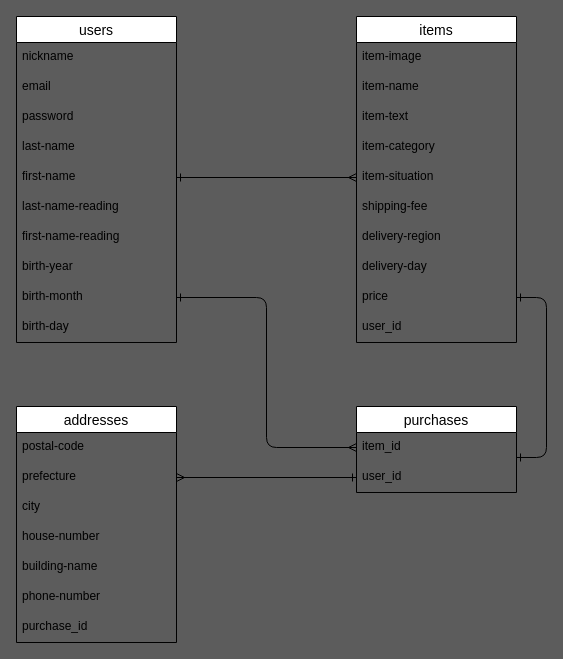
This is furima.dio from kenshin-2020/furima-41493, a draw.io file, before an edit. Source tidied: cells renumbered, new cells numbered last; positions are measured from the earlier drawing's top-left corner, leaving out a move shared by most shapes. Both pictures are drawn from the tidied source at 100%, with x=0, y=0 at pixel (16, 16).
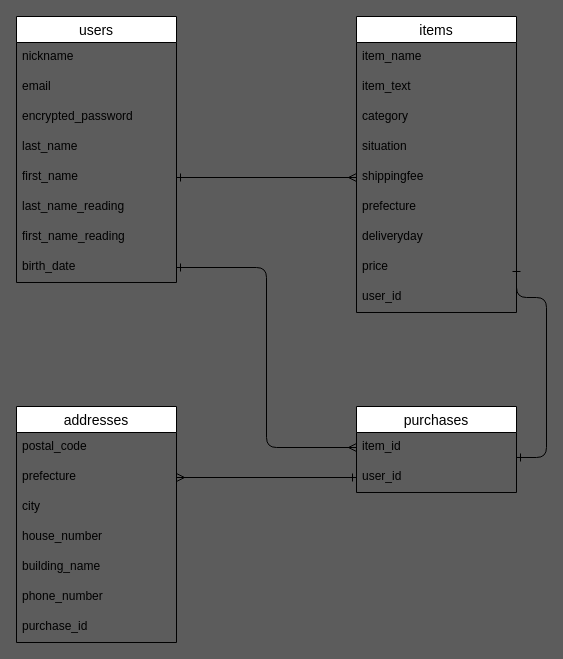
The same diagram, later.

Commit message (it also covers changes not shown here):
ER図、REDEMEの設計（修正ver)

Unchanged cells that the change refers to:
```xml
<mxCell id="26" value="item_id" style="text;strokeColor=none;fillColor=none;spacingLeft=4;spacingRight=4;overflow=hidden;points=[[0,0.5],[1,0.5]];portConstraint=eastwest;fontSize=12;" parent="25" vertex="1">
  <mxGeometry y="26" width="160" height="30" as="geometry" />
</mxCell>
<mxCell id="30" value="addresses" style="swimlane;fontStyle=0;horizontal=1;startSize=26;align=center;fontSize=14;" parent="1" vertex="1">
  <mxGeometry y="390" width="160" height="236" as="geometry" />
</mxCell>
```

What changed in the source:
```diff
@@
     <mxCell id="2" value="users" style="swimlane;fontStyle=0;horizontal=1;startSize=26;align=center;fontSize=14;" parent="1" vertex="1">
-      <mxGeometry width="160" height="326" as="geometry" />
+      <mxGeometry width="160" height="266" as="geometry" />
     </mxCell>
@@
-    <mxCell id="5" value="password" style="text;strokeColor=none;fillColor=none;spacingLeft=4;spacingRight=4;overflow=hidden;fontSize=12;" parent="2" vertex="1">
+    <mxCell id="5" value="encrypted_password" style="text;strokeColor=none;fillColor=none;spacingLeft=4;spacingRight=4;overflow=hidden;fontSize=12;" parent="2" vertex="1">
       <mxGeometry y="86" width="160" height="30" as="geometry" />
     </mxCell>
-    <mxCell id="6" value="last-name" style="text;strokeColor=none;fillColor=none;spacingLeft=4;spacingRight=4;overflow=hidden;fontSize=12;" parent="2" vertex="1">
+    <mxCell id="6" value="last_name" style="text;strokeColor=none;fillColor=none;spacingLeft=4;spacingRight=4;overflow=hidden;fontSize=12;" parent="2" vertex="1">
       <mxGeometry y="116" width="160" height="30" as="geometry" />
     </mxCell>
-    <mxCell id="7" value="first-name" style="text;strokeColor=none;fillColor=none;spacingLeft=4;spacingRight=4;overflow=hidden;points=[[0,0.5],[1,0.5]];portConstraint=eastwest;fontSize=12;" parent="2" vertex="1">
+    <mxCell id="7" value="first_name" style="text;strokeColor=none;fillColor=none;spacingLeft=4;spacingRight=4;overflow=hidden;points=[[0,0.5],[1,0.5]];portConstraint=eastwest;fontSize=12;" parent="2" vertex="1">
       <mxGeometry y="146" width="160" height="30" as="geometry" />
     </mxCell>
-    <mxCell id="8" value="last-name-reading" style="text;strokeColor=none;fillColor=none;spacingLeft=4;spacingRight=4;overflow=hidden;fontSize=12;" parent="2" vertex="1">
+    <mxCell id="8" value="last_name_reading" style="text;strokeColor=none;fillColor=none;spacingLeft=4;spacingRight=4;overflow=hidden;fontSize=12;" parent="2" vertex="1">
       <mxGeometry y="176" width="160" height="30" as="geometry" />
     </mxCell>
-    <mxCell id="9" value="first-name-reading" style="text;strokeColor=none;fillColor=none;spacingLeft=4;spacingRight=4;overflow=hidden;fontSize=12;" parent="2" vertex="1">
+    <mxCell id="9" value="first_name_reading" style="text;strokeColor=none;fillColor=none;spacingLeft=4;spacingRight=4;overflow=hidden;fontSize=12;" parent="2" vertex="1">
       <mxGeometry y="206" width="160" height="30" as="geometry" />
     </mxCell>
-    <mxCell id="10" value="birth-year" style="text;strokeColor=none;fillColor=none;spacingLeft=4;spacingRight=4;overflow=hidden;points=[[0,0.5],[1,0.5]];portConstraint=eastwest;fontSize=12;" parent="2" vertex="1">
+    <mxCell id="10" value="birth_date" style="text;strokeColor=none;fillColor=none;spacingLeft=4;spacingRight=4;overflow=hidden;points=[[0,0.5],[1,0.5]];portConstraint=eastwest;fontSize=12;" parent="2" vertex="1">
       <mxGeometry y="236" width="160" height="30" as="geometry" />
     </mxCell>
-    <mxCell id="11" value="birth-month" style="text;strokeColor=none;fillColor=none;spacingLeft=4;spacingRight=4;overflow=hidden;points=[[0,0.5],[1,0.5]];portConstraint=eastwest;fontSize=12;" parent="2" vertex="1">
-      <mxGeometry y="266" width="160" height="30" as="geometry" />
-    </mxCell>
-    <mxCell id="12" value="birth-day" style="text;strokeColor=none;fillColor=none;spacingLeft=4;spacingRight=4;overflow=hidden;fontSize=12;" parent="2" vertex="1">
-      <mxGeometry y="296" width="160" height="30" as="geometry" />
-    </mxCell>
     <mxCell id="13" value="items" style="swimlane;fontStyle=0;horizontal=1;startSize=26;align=center;fontSize=14;" parent="1" vertex="1">
-      <mxGeometry x="340" width="160" height="326" as="geometry" />
+      <mxGeometry x="340" width="160" height="296" as="geometry" />
     </mxCell>
-    <mxCell id="14" value="item-image" style="text;strokeColor=none;fillColor=none;spacingLeft=4;spacingRight=4;overflow=hidden;fontSize=12;" parent="13" vertex="1">
-      <mxGeometry y="26" width="160" height="30" as="geometry" />
-    </mxCell>
-    <mxCell id="15" value="item-name" style="text;spacingLeft=4;spacingRight=4;overflow=hidden;fontSize=12;" parent="13" vertex="1">
-      <mxGeometry y="56" width="160" height="30" as="geometry" />
+    <mxCell id="15" value="item_name" style="text;spacingLeft=4;spacingRight=4;overflow=hidden;fontSize=12;" parent="13" vertex="1">
+      <mxGeometry y="26" width="160" height="30" as="geometry" />
     </mxCell>
-    <mxCell id="16" value="item-text" style="text;strokeColor=none;fillColor=none;spacingLeft=4;spacingRight=4;overflow=hidden;fontSize=12;" parent="13" vertex="1">
-      <mxGeometry y="86" width="160" height="30" as="geometry" />
+    <mxCell id="16" value="item_text" style="text;strokeColor=none;fillColor=none;spacingLeft=4;spacingRight=4;overflow=hidden;fontSize=12;" parent="13" vertex="1">
+      <mxGeometry y="56" width="160" height="30" as="geometry" />
     </mxCell>
-    <mxCell id="17" value="item-category" style="text;strokeColor=none;fillColor=none;spacingLeft=4;spacingRight=4;overflow=hidden;fontSize=12;" parent="13" vertex="1">
-      <mxGeometry y="116" width="160" height="30" as="geometry" />
+    <mxCell id="17" value="category" style="text;strokeColor=none;fillColor=none;spacingLeft=4;spacingRight=4;overflow=hidden;fontSize=12;" parent="13" vertex="1">
+      <mxGeometry y="86" width="160" height="30" as="geometry" />
     </mxCell>
-    <mxCell id="18" value="item-situation" style="text;strokeColor=none;fillColor=none;spacingLeft=4;spacingRight=4;overflow=hidden;points=[[0,0.5],[1,0.5]];portConstraint=eastwest;fontSize=12;" parent="13" vertex="1">
-      <mxGeometry y="146" width="160" height="30" as="geometry" />
+    <mxCell id="18" value="situation" style="text;strokeColor=none;fillColor=none;spacingLeft=4;spacingRight=4;overflow=hidden;points=[[0,0.5],[1,0.5]];portConstraint=eastwest;fontSize=12;" parent="13" vertex="1">
+      <mxGeometry y="116" width="160" height="30" as="geometry" />
     </mxCell>
-    <mxCell id="19" value="shipping-fee" style="text;strokeColor=none;fillColor=none;spacingLeft=4;spacingRight=4;overflow=hidden;points=[[0,0.5],[1,0.5]];portConstraint=eastwest;fontSize=12;" parent="13" vertex="1">
-      <mxGeometry y="176" width="160" height="30" as="geometry" />
+    <mxCell id="19" value="shippingfee" style="text;strokeColor=none;fillColor=none;spacingLeft=4;spacingRight=4;overflow=hidden;points=[[0,0.5],[1,0.5]];portConstraint=eastwest;fontSize=12;" parent="13" vertex="1">
+      <mxGeometry y="146" width="160" height="30" as="geometry" />
     </mxCell>
-    <mxCell id="20" value="delivery-region" style="text;strokeColor=none;fillColor=none;spacingLeft=4;spacingRight=4;overflow=hidden;fontSize=12;" parent="13" vertex="1">
-      <mxGeometry y="206" width="160" height="30" as="geometry" />
+    <mxCell id="20" value="prefecture" style="text;strokeColor=none;fillColor=none;spacingLeft=4;spacingRight=4;overflow=hidden;fontSize=12;" parent="13" vertex="1">
+      <mxGeometry y="176" width="160" height="30" as="geometry" />
     </mxCell>
-    <mxCell id="21" value="delivery-day" style="text;strokeColor=none;fillColor=none;spacingLeft=4;spacingRight=4;overflow=hidden;fontSize=12;" parent="13" vertex="1">
-      <mxGeometry y="236" width="160" height="30" as="geometry" />
+    <mxCell id="21" value="deliveryday" style="text;strokeColor=none;fillColor=none;spacingLeft=4;spacingRight=4;overflow=hidden;fontSize=12;" parent="13" vertex="1">
+      <mxGeometry y="206" width="160" height="30" as="geometry" />
     </mxCell>
     <mxCell id="22" value="price" style="text;strokeColor=none;fillColor=none;spacingLeft=4;spacingRight=4;overflow=hidden;points=[[0,0.5],[1,0.5]];portConstraint=eastwest;fontSize=12;" parent="13" vertex="1">
-      <mxGeometry y="266" width="160" height="30" as="geometry" />
+      <mxGeometry y="236" width="160" height="30" as="geometry" />
     </mxCell>
     <mxCell id="23" value="user_id" style="text;strokeColor=none;fillColor=none;spacingLeft=4;spacingRight=4;overflow=hidden;fontSize=12;" parent="13" vertex="1">
-      <mxGeometry y="296" width="160" height="30" as="geometry" />
+      <mxGeometry y="266" width="160" height="30" as="geometry" />
     </mxCell>
-    <mxCell id="24" style="edgeStyle=none;html=1;exitX=1;exitY=0.5;exitDx=0;exitDy=0;endArrow=ERmany;endFill=0;startArrow=ERone;startFill=0;" parent="1" edge="1" source="7" target="18">
+    <mxCell id="24" style="edgeStyle=none;html=1;exitX=1;exitY=0.5;exitDx=0;exitDy=0;endArrow=ERmany;endFill=0;startArrow=ERone;startFill=0;entryX=0;entryY=0.5;entryDx=0;entryDy=0;" parent="1" edge="1" source="7" target="19">
       <mxGeometry relative="1" as="geometry" />
     </mxCell>
@@
-    <mxCell id="29" style="edgeStyle=orthogonalEdgeStyle;html=1;exitX=1;exitY=0.5;exitDx=0;exitDy=0;entryX=0;entryY=0.5;entryDx=0;entryDy=0;startArrow=ERone;startFill=0;endArrow=ERmany;endFill=0;" parent="1" edge="1" source="11" target="26">
+    <mxCell id="29" style="edgeStyle=orthogonalEdgeStyle;html=1;exitX=1;exitY=0.5;exitDx=0;exitDy=0;entryX=0;entryY=0.5;entryDx=0;entryDy=0;startArrow=ERone;startFill=0;endArrow=ERmany;endFill=0;" parent="1" edge="1" source="10" target="26">
       <mxGeometry relative="1" as="geometry" />
     </mxCell>
@@
-    <mxCell id="31" value="postal-code" style="text;strokeColor=none;fillColor=none;spacingLeft=4;spacingRight=4;overflow=hidden;fontSize=12;" parent="30" vertex="1">
+    <mxCell id="31" value="postal_code" style="text;strokeColor=none;fillColor=none;spacingLeft=4;spacingRight=4;overflow=hidden;fontSize=12;" parent="30" vertex="1">
       <mxGeometry y="26" width="160" height="30" as="geometry" />
     </mxCell>
@@
-    <mxCell id="34" value="house-number" style="text;strokeColor=none;fillColor=none;spacingLeft=4;spacingRight=4;overflow=hidden;fontSize=12;" parent="30" vertex="1">
+    <mxCell id="34" value="house_number" style="text;strokeColor=none;fillColor=none;spacingLeft=4;spacingRight=4;overflow=hidden;fontSize=12;" parent="30" vertex="1">
       <mxGeometry y="116" width="160" height="30" as="geometry" />
     </mxCell>
-    <mxCell id="35" value="building-name" style="text;strokeColor=none;fillColor=none;spacingLeft=4;spacingRight=4;overflow=hidden;fontSize=12;" parent="30" vertex="1">
+    <mxCell id="35" value="building_name" style="text;strokeColor=none;fillColor=none;spacingLeft=4;spacingRight=4;overflow=hidden;fontSize=12;" parent="30" vertex="1">
       <mxGeometry y="146" width="160" height="30" as="geometry" />
     </mxCell>
-    <mxCell id="36" value="phone-number" style="text;strokeColor=none;fillColor=none;spacingLeft=4;spacingRight=4;overflow=hidden;fontSize=12;" parent="30" vertex="1">
+    <mxCell id="36" value="phone_number" style="text;strokeColor=none;fillColor=none;spacingLeft=4;spacingRight=4;overflow=hidden;fontSize=12;" parent="30" vertex="1">
       <mxGeometry y="176" width="160" height="30" as="geometry" />
     </mxCell>
```
